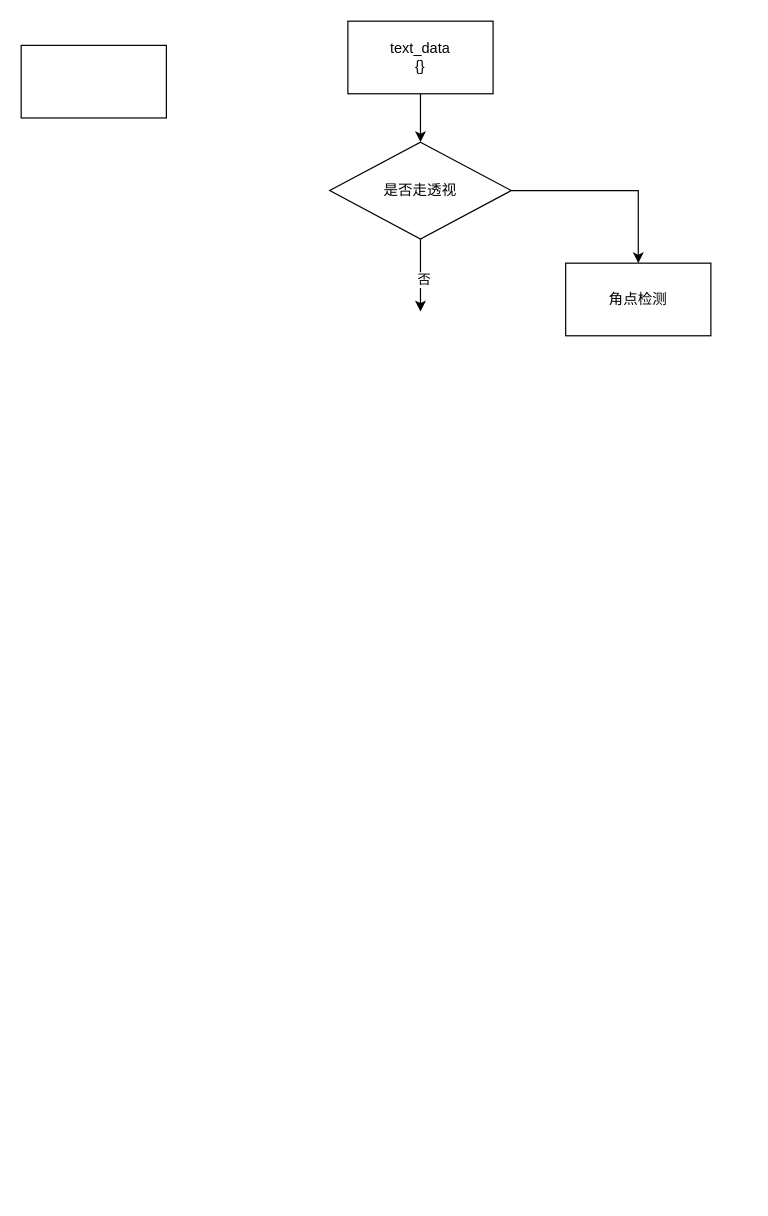
Earlier version of the draw.io diagram 表格流程图.drawio (archwolf118/AI). Source tidied: cells renumbered, new cells numbered last; positions are measured from the earlier drawing's top-left corner, leaving out a move shared by most shapes. Both pictures are drawn from the tidied source at 121%, with x=0, y=0 at pixel (21, 21).
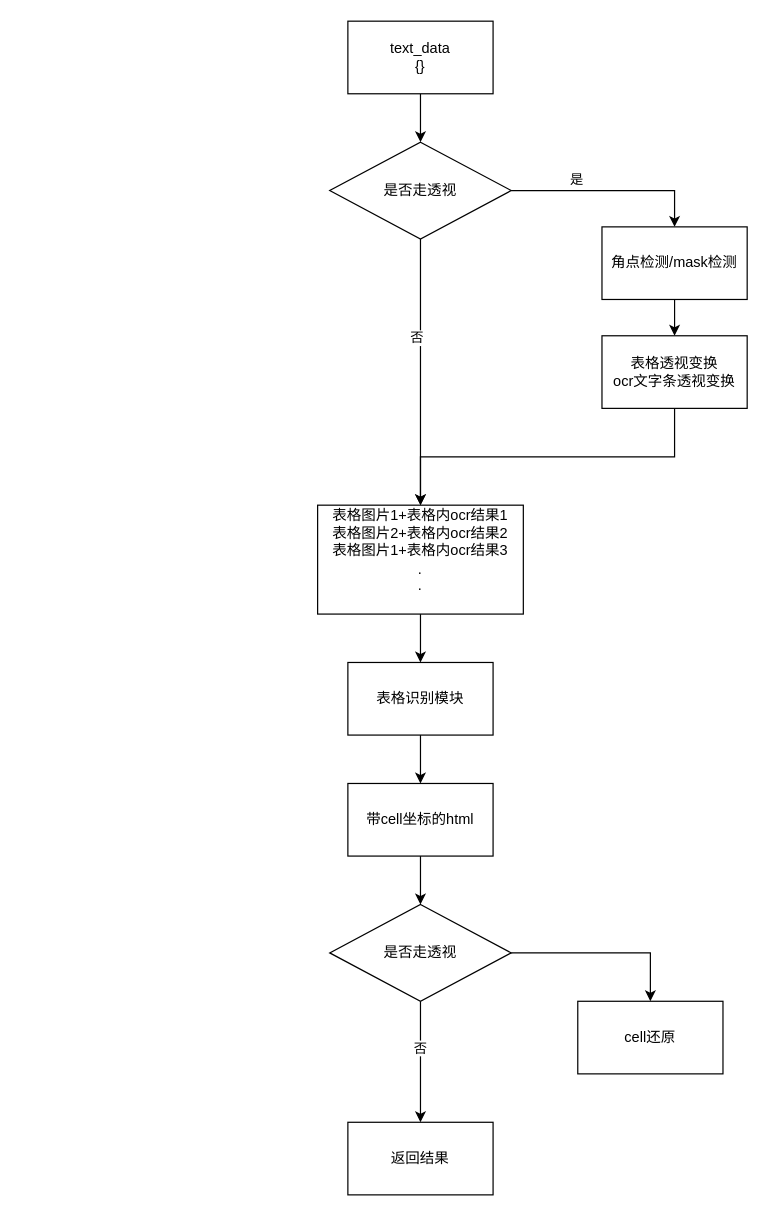
Above is the later version.

Commit message (it also covers changes not shown here):
更新表格流程图.drawio

Unchanged cells that the change refers to:
```xml
<mxCell id="7" style="edgeStyle=orthogonalEdgeStyle;rounded=0;jettySize=auto;html=1;exitX=1;exitY=0.5;exitDx=0;exitDy=0;entryX=0.5;entryY=0;entryDx=0;entryDy=0;" parent="1" edge="1" source="8" target="9">
  <mxGeometry relative="1" as="geometry" />
</mxCell>
<mxCell id="8" value="是否走透视" style="rhombus;whiteSpace=wrap;html=1;" parent="1" vertex="1">
  <mxGeometry x="255" y="100" width="150" height="80" as="geometry" />
</mxCell>
```

What changed in the source:
```diff
@@
+    <mxCell id="10" style="edgeStyle=orthogonalEdgeStyle;rounded=0;jettySize=auto;html=1;exitX=0.5;exitY=1;exitDx=0;exitDy=0;" parent="1" edge="1" source="4">
+      <mxGeometry relative="1" as="geometry">
+        <mxPoint x="330" y="530" as="targetPoint" />
+      </mxGeometry>
+    </mxCell>
-    <mxCell id="4" style="rounded=0;whiteSpace=wrap;html=1;" parent="1" vertex="1">
-      <mxGeometry y="20" width="120" height="60" as="geometry" />
+    <mxCell id="4" value="表格图片1+表格内ocr结果1&lt;br&gt;表格图片2+表格内ocr结果2&lt;br&gt;表格图片1+表格内ocr结果3&lt;br&gt;.&lt;div&gt;.&lt;/div&gt;&lt;div&gt;&lt;br&gt;&lt;/div&gt;" style="rounded=0;whiteSpace=wrap;html=1;" parent="1" vertex="1">
+      <mxGeometry x="245" y="400" width="170" height="90" as="geometry" />
     </mxCell>
-    <mxCell id="5" style="edgeStyle=orthogonalEdgeStyle;rounded=0;jettySize=auto;html=1;exitX=0.5;exitY=1;exitDx=0;exitDy=0;" parent="1" edge="1" source="8">
-      <mxGeometry relative="1" as="geometry">
-        <mxPoint x="330" y="240" as="targetPoint" />
-      </mxGeometry>
-    </mxCell>
-    <mxCell id="6" value="否" style="edgeLabel;html=1;align=center;verticalAlign=middle;" parent="5" vertex="1">
-      <mxGeometry x="0.13" y="2" relative="1" as="geometry" />
-    </mxCell>
@@
+    <mxCell id="11" value="是" style="edgeLabel;html=1;align=center;verticalAlign=middle;" parent="7" vertex="1">
+      <mxGeometry x="-0.36" y="1" relative="1" as="geometry">
+        <mxPoint y="-9" as="offset" />
+      </mxGeometry>
+    </mxCell>
+    <mxCell id="12" style="edgeStyle=orthogonalEdgeStyle;rounded=0;jettySize=auto;html=1;exitX=0.5;exitY=1;exitDx=0;exitDy=0;entryX=0.5;entryY=0;entryDx=0;entryDy=0;" parent="1" edge="1" source="8" target="4">
+      <mxGeometry relative="1" as="geometry" />
+    </mxCell>
+    <mxCell id="13" value="否" style="edgeLabel;html=1;align=center;verticalAlign=middle;" parent="12" vertex="1">
+      <mxGeometry x="-0.26" y="-4" relative="1" as="geometry" />
+    </mxCell>
@@
+    <mxCell id="14" style="edgeStyle=orthogonalEdgeStyle;rounded=0;jettySize=auto;html=1;exitX=0.5;exitY=1;exitDx=0;exitDy=0;entryX=0.5;entryY=0;entryDx=0;entryDy=0;" parent="1" edge="1" source="9" target="16">
+      <mxGeometry relative="1" as="geometry" />
+    </mxCell>
-    <mxCell id="9" value="角点检测" style="rounded=0;whiteSpace=wrap;html=1;" parent="1" vertex="1">
-      <mxGeometry x="450" y="200" width="120" height="60" as="geometry" />
+    <mxCell id="9" value="角点检测/mask检测" style="rounded=0;whiteSpace=wrap;html=1;" parent="1" vertex="1">
+      <mxGeometry x="480" y="170" width="120" height="60" as="geometry" />
     </mxCell>
+    <mxCell id="15" style="edgeStyle=orthogonalEdgeStyle;rounded=0;jettySize=auto;html=1;exitX=0.5;exitY=1;exitDx=0;exitDy=0;entryX=0.5;entryY=0;entryDx=0;entryDy=0;" parent="1" edge="1" source="16" target="4">
+      <mxGeometry relative="1" as="geometry" />
+    </mxCell>
+    <mxCell id="16" value="表格透视变换&lt;br&gt;ocr文字条透视变换" style="rounded=0;whiteSpace=wrap;html=1;" parent="1" vertex="1">
+      <mxGeometry x="480" y="260" width="120" height="60" as="geometry" />
+    </mxCell>
+    <mxCell id="17" style="edgeStyle=orthogonalEdgeStyle;rounded=0;jettySize=auto;html=1;exitX=0.5;exitY=1;exitDx=0;exitDy=0;entryX=0.5;entryY=0;entryDx=0;entryDy=0;" parent="1" edge="1" source="18" target="20">
+      <mxGeometry relative="1" as="geometry" />
+    </mxCell>
+    <mxCell id="18" value="表格识别模块" style="rounded=0;whiteSpace=wrap;html=1;" parent="1" vertex="1">
+      <mxGeometry x="270" y="530" width="120" height="60" as="geometry" />
+    </mxCell>
+    <mxCell id="19" style="edgeStyle=orthogonalEdgeStyle;rounded=0;jettySize=auto;html=1;exitX=0.5;exitY=1;exitDx=0;exitDy=0;entryX=0.5;entryY=0;entryDx=0;entryDy=0;" parent="1" edge="1" source="20" target="24">
+      <mxGeometry relative="1" as="geometry" />
+    </mxCell>
+    <mxCell id="20" value="带cell坐标的html" style="rounded=0;whiteSpace=wrap;html=1;" parent="1" vertex="1">
+      <mxGeometry x="270" y="630" width="120" height="60" as="geometry" />
+    </mxCell>
+    <mxCell id="21" style="edgeStyle=orthogonalEdgeStyle;rounded=0;jettySize=auto;html=1;exitX=1;exitY=0.5;exitDx=0;exitDy=0;entryX=0.5;entryY=0;entryDx=0;entryDy=0;" parent="1" edge="1" source="24" target="25">
+      <mxGeometry relative="1" as="geometry" />
+    </mxCell>
+    <mxCell id="22" style="edgeStyle=orthogonalEdgeStyle;rounded=0;jettySize=auto;html=1;exitX=0.5;exitY=1;exitDx=0;exitDy=0;entryX=0.5;entryY=0;entryDx=0;entryDy=0;" parent="1" edge="1" source="24" target="26">
+      <mxGeometry relative="1" as="geometry" />
+    </mxCell>
+    <mxCell id="23" value="否" style="edgeLabel;html=1;align=center;verticalAlign=middle;" parent="22" vertex="1">
+      <mxGeometry x="-0.24" y="-1" relative="1" as="geometry" />
+    </mxCell>
+    <mxCell id="24" value="是否走透视" style="rhombus;whiteSpace=wrap;html=1;" parent="1" vertex="1">
+      <mxGeometry x="255" y="730" width="150" height="80" as="geometry" />
+    </mxCell>
+    <mxCell id="25" value="cell还原" style="rounded=0;whiteSpace=wrap;html=1;" parent="1" vertex="1">
+      <mxGeometry x="460" y="810" width="120" height="60" as="geometry" />
+    </mxCell>
+    <mxCell id="26" value="返回结果" style="rounded=0;whiteSpace=wrap;html=1;" parent="1" vertex="1">
+      <mxGeometry x="270" y="910" width="120" height="60" as="geometry" />
+    </mxCell>
```
